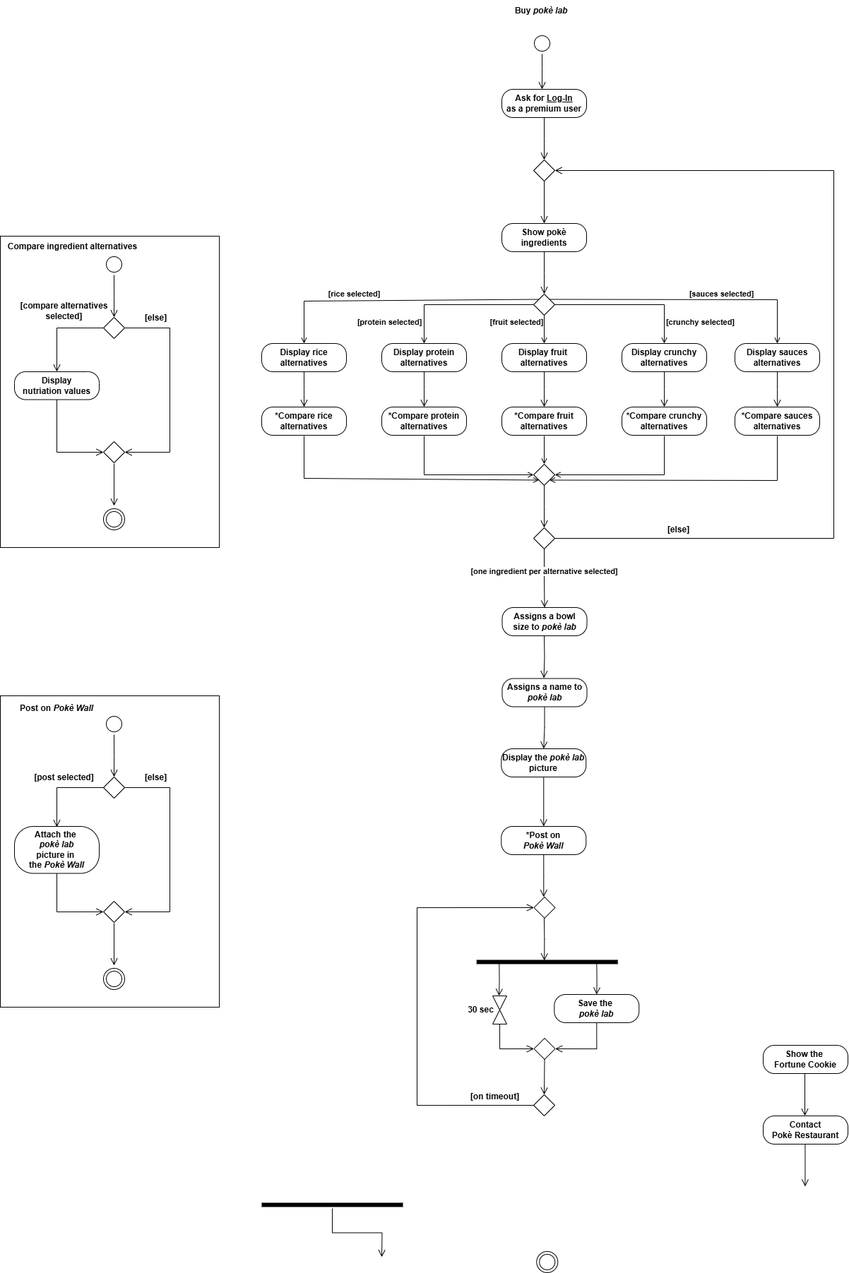
The draw.io diagram diagrams/ActivityDiagram.drawio.png in matteopinfildi/YourPoke-ISPWProject, before a commit. Source tidied: cells renumbered, new cells last; positions are measured from the earlier drawing's top-left corner, leaving out a move shared by most shapes.
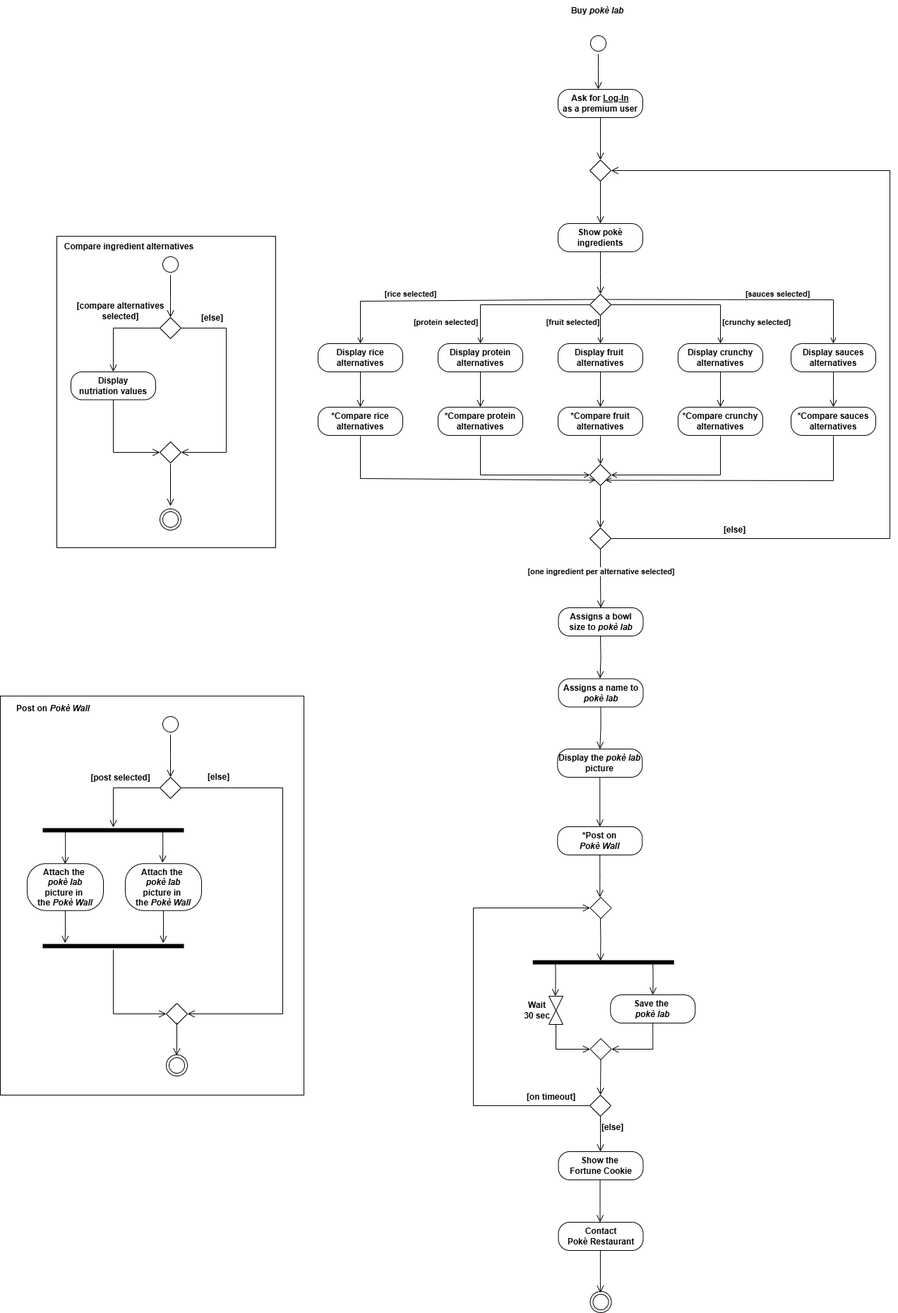
After the change.

The edit, as a diff of the source:
```diff
@@ -219,25 +219,17 @@
         <mxPoint x="844.2" y="1364" as="sourcePoint" />
       </mxGeometry>
     </mxCell>
-    <mxCell id="47" value="&lt;b&gt;30 sec&lt;/b&gt;" style="shape=collate;html=1;spacingLeft=-55;labelBackgroundColor=none;" parent="1" vertex="1">
+    <mxCell id="47" value="&lt;div&gt;&lt;b&gt;Wait&lt;/b&gt;&lt;/div&gt;&lt;b&gt;30 sec&lt;/b&gt;" style="shape=collate;html=1;spacingLeft=-55;labelBackgroundColor=none;" parent="1" vertex="1">
       <mxGeometry x="697" y="1410" width="20" height="40" as="geometry" />
     </mxCell>
     <mxCell id="48" value="&lt;b&gt;Contact&lt;/b&gt;&lt;div&gt;&lt;b&gt;Pokè Restaurant&lt;/b&gt;&lt;/div&gt;" style="rounded=1;whiteSpace=wrap;html=1;arcSize=40;labelBackgroundColor=none;" parent="1" vertex="1">
-      <mxGeometry x="1080" y="1580" width="120" height="40" as="geometry" />
+      <mxGeometry x="710.5" y="1730" width="120" height="40" as="geometry" />
     </mxCell>
-    <mxCell id="49" style="shape=line;html=1;strokeWidth=6;labelBackgroundColor=none;" parent="1" vertex="1">
-      <mxGeometry x="370" y="1701" width="200" height="10" as="geometry" />
-    </mxCell>
-    <mxCell id="50" style="edgeStyle=orthogonalEdgeStyle;html=1;verticalAlign=bottom;endArrow=open;endSize=8;rounded=0;" parent="1" edge="1" source="49">
-      <mxGeometry relative="1" as="geometry">
-        <mxPoint x="540" y="1780" as="targetPoint" />
-      </mxGeometry>
-    </mxCell>
     <mxCell id="51" style="ellipse;html=1;shape=endState;" parent="1" vertex="1">
-      <mxGeometry x="759.2" y="1772" width="30" height="30" as="geometry" />
+      <mxGeometry x="755.5" y="1828" width="30" height="30" as="geometry" />
     </mxCell>
     <mxCell id="52" style="rounded=0;whiteSpace=wrap;html=1;fillColor=none;labelBackgroundColor=none;" parent="1" vertex="1">
-      <mxGeometry y="985" width="310" height="441" as="geometry" />
+      <mxGeometry x="-80" y="985" width="430" height="565" as="geometry" />
     </mxCell>
     <mxCell id="53" style="ellipse;html=1;shape=startState;labelBackgroundColor=none;" parent="1" vertex="1">
       <mxGeometry x="146" y="1010" width="30" height="30" as="geometry" />
@@ -248,15 +240,8 @@
       </mxGeometry>
     </mxCell>
     <mxCell id="55" value="&lt;b&gt;Attach the&amp;nbsp;&lt;/b&gt;&lt;div&gt;&lt;b style=&quot;background-color: transparent; color: light-dark(rgb(0, 0, 0), rgb(255, 255, 255));&quot;&gt;&lt;i&gt;pokè lab&lt;/i&gt;&lt;/b&gt;&lt;/div&gt;&lt;div&gt;&lt;b style=&quot;background-color: transparent; color: light-dark(rgb(0, 0, 0), rgb(255, 255, 255));&quot;&gt;picture in&amp;nbsp;&lt;/b&gt;&lt;/div&gt;&lt;div&gt;&lt;div&gt;&lt;b&gt;the &lt;i&gt;Pokè Wall&lt;/i&gt;&lt;/b&gt;&lt;/div&gt;&lt;/div&gt;" style="rounded=1;whiteSpace=wrap;html=1;arcSize=40;labelBackgroundColor=none;" parent="1" vertex="1">
-      <mxGeometry x="20" y="1170" width="120" height="66.5" as="geometry" />
+      <mxGeometry x="-42" y="1222.2" width="108" height="66.5" as="geometry" />
     </mxCell>
-    <mxCell id="56" style="edgeStyle=orthogonalEdgeStyle;html=1;verticalAlign=bottom;endArrow=open;endSize=8;rounded=0;fontSize=12;curved=0;entryX=0;entryY=0.5;entryDx=0;entryDy=0;labelBackgroundColor=none;fontColor=default;" parent="1" edge="1" source="55" target="60">
-      <mxGeometry relative="1" as="geometry">
-        <Array as="points">
-          <mxPoint x="80" y="1291" />
-        </Array>
-      </mxGeometry>
-    </mxCell>
     <mxCell id="57" value="&lt;b&gt;[post selected]&lt;/b&gt;" style="edgeStyle=none;curved=0;rounded=0;jettySize=auto;html=1;exitX=0;exitY=0.5;exitDx=0;exitDy=0;fontSize=12;startSize=8;endSize=8;labelBackgroundColor=none;fontColor=default;endArrow=open;endFill=0;" parent="1" edge="1" source="59">
       <mxGeometry x="-0.08" y="-14" relative="1" as="geometry">
         <mxPoint x="80" y="1171" as="targetPoint" />
@@ -266,10 +251,11 @@
       </mxGeometry>
     </mxCell>
     <mxCell id="58" value="&lt;b&gt;[else]&lt;/b&gt;" style="edgeStyle=none;curved=0;rounded=0;jettySize=auto;html=1;exitX=1;exitY=0.5;exitDx=0;exitDy=0;fontSize=12;startSize=8;endSize=8;entryX=1;entryY=0.5;entryDx=0;entryDy=0;labelBackgroundColor=none;fontColor=default;endArrow=open;endFill=0;" parent="1" edge="1" source="59" target="60">
-      <mxGeometry x="-0.71" y="14" relative="1" as="geometry">
+      <mxGeometry x="-0.83" y="15" relative="1" as="geometry">
         <Array as="points">
           <mxPoint x="240" y="1115" />
-          <mxPoint x="240" y="1291" />
+          <mxPoint x="320" y="1115" />
+          <mxPoint x="320" y="1435" />
         </Array>
       </mxGeometry>
     </mxCell>
@@ -277,19 +263,13 @@
       <mxGeometry x="146" y="1100" width="30" height="30" as="geometry" />
     </mxCell>
     <mxCell id="60" style="rhombus;whiteSpace=wrap;html=1;labelBackgroundColor=none;" parent="1" vertex="1">
-      <mxGeometry x="146" y="1276" width="30" height="30" as="geometry" />
+      <mxGeometry x="155" y="1420" width="30" height="30" as="geometry" />
     </mxCell>
     <mxCell id="61" style="ellipse;html=1;shape=endState;labelBackgroundColor=none;" parent="1" vertex="1">
-      <mxGeometry x="146" y="1371" width="30" height="30" as="geometry" />
+      <mxGeometry x="155" y="1493" width="30" height="30" as="geometry" />
     </mxCell>
-    <mxCell id="62" style="edgeStyle=orthogonalEdgeStyle;html=1;verticalAlign=bottom;endArrow=open;endSize=8;rounded=0;fontSize=12;curved=1;labelBackgroundColor=none;fontColor=default;" parent="1" edge="1">
-      <mxGeometry relative="1" as="geometry">
-        <mxPoint x="161" y="1307" as="sourcePoint" />
-        <mxPoint x="161" y="1367" as="targetPoint" />
-      </mxGeometry>
-    </mxCell>
     <mxCell id="63" value="&lt;span style=&quot;font-size: 12px;&quot;&gt;&lt;b&gt;Post on &lt;i&gt;Pokè Wall&lt;/i&gt;&lt;/b&gt;&lt;/span&gt;" style="text;strokeColor=none;fillColor=none;html=1;align=center;verticalAlign=middle;whiteSpace=wrap;rounded=0;fontSize=16;labelBackgroundColor=none;" parent="1" vertex="1">
-      <mxGeometry x="5" y="985.5" width="150" height="30" as="geometry" />
+      <mxGeometry x="-80" y="986" width="150" height="30" as="geometry" />
     </mxCell>
     <mxCell id="64" style="edgeStyle=orthogonalEdgeStyle;html=1;verticalAlign=bottom;endArrow=open;endSize=8;rounded=0;exitX=0.5;exitY=1;exitDx=0;exitDy=0;" parent="1" edge="1" source="19">
       <mxGeometry relative="1" as="geometry">
@@ -391,18 +371,18 @@
       <mxGeometry x="784.2" y="1408" width="120" height="40" as="geometry" />
     </mxCell>
     <mxCell id="87" value="&lt;div&gt;&lt;b&gt;Show the&amp;nbsp;&lt;/b&gt;&lt;/div&gt;&lt;div&gt;&lt;b&gt;Fortune Cookie&lt;/b&gt;&lt;/div&gt;" style="rounded=1;whiteSpace=wrap;html=1;arcSize=40;labelBackgroundColor=none;" parent="1" vertex="1">
-      <mxGeometry x="1080" y="1480" width="120" height="40" as="geometry" />
+      <mxGeometry x="710.5" y="1630" width="120" height="40" as="geometry" />
     </mxCell>
     <mxCell id="88" style="edgeStyle=orthogonalEdgeStyle;html=1;verticalAlign=bottom;endArrow=open;endSize=8;rounded=0;fontSize=12;curved=1;labelBackgroundColor=none;fontColor=default;" parent="1" edge="1">
       <mxGeometry relative="1" as="geometry">
-        <mxPoint x="1139" y="1520" as="sourcePoint" />
-        <mxPoint x="1139" y="1580" as="targetPoint" />
+        <mxPoint x="769.5" y="1670" as="sourcePoint" />
+        <mxPoint x="769.5" y="1730" as="targetPoint" />
       </mxGeometry>
     </mxCell>
     <mxCell id="89" style="edgeStyle=orthogonalEdgeStyle;html=1;verticalAlign=bottom;endArrow=open;endSize=8;rounded=0;exitX=0.5;exitY=1;exitDx=0;exitDy=0;" parent="1" edge="1">
       <mxGeometry relative="1" as="geometry">
-        <mxPoint x="1139.4" y="1620" as="sourcePoint" />
-        <mxPoint x="1139.4" y="1680" as="targetPoint" />
+        <mxPoint x="769.9" y="1770" as="sourcePoint" />
+        <mxPoint x="769.9" y="1830" as="targetPoint" />
       </mxGeometry>
     </mxCell>
     <mxCell id="90" value="&lt;div&gt;&lt;b&gt;Assigns a bowl&lt;/b&gt;&lt;/div&gt;&lt;div&gt;&lt;b&gt;size to&amp;nbsp;&lt;/b&gt;&lt;b style=&quot;background-color: transparent; color: light-dark(rgb(0, 0, 0), rgb(255, 255, 255));&quot;&gt;&lt;i&gt;pokè lab&lt;/i&gt;&lt;/b&gt;&lt;/div&gt;" style="rounded=1;whiteSpace=wrap;html=1;arcSize=40;" parent="1" vertex="1">
@@ -451,5 +431,55 @@
     <mxCell id="100" value="&lt;b&gt;[on timeout]&lt;/b&gt;" style="text;html=1;align=center;verticalAlign=middle;strokeColor=none;fillColor=none;" parent="1" vertex="1">
       <mxGeometry x="655" y="1538" width="90" height="30" as="geometry" />
     </mxCell>
+    <mxCell id="101" style="edgeStyle=orthogonalEdgeStyle;html=1;verticalAlign=bottom;endArrow=open;endSize=8;rounded=0;exitX=0.5;exitY=1;exitDx=0;exitDy=0;" parent="1" edge="1" source="98">
+      <mxGeometry relative="1" as="geometry">
+        <mxPoint x="770" y="1630" as="targetPoint" />
+      </mxGeometry>
+    </mxCell>
+    <mxCell id="102" value="&lt;b&gt;[else]&lt;/b&gt;" style="text;html=1;align=center;verticalAlign=middle;strokeColor=none;fillColor=none;" parent="1" vertex="1">
+      <mxGeometry x="762" y="1581" width="50" height="30" as="geometry" />
+    </mxCell>
+    <mxCell id="103" style="shape=line;html=1;strokeWidth=6;labelBackgroundColor=none;" parent="1" vertex="1">
+      <mxGeometry x="-20" y="1170" width="200" height="10" as="geometry" />
+    </mxCell>
+    <mxCell id="104" style="edgeStyle=orthogonalEdgeStyle;html=1;verticalAlign=bottom;endArrow=open;endSize=8;rounded=0;fontSize=12;curved=1;labelBackgroundColor=none;fontColor=default;" parent="1" edge="1">
+      <mxGeometry relative="1" as="geometry">
+        <mxPoint x="12" y="1177" as="sourcePoint" />
+        <mxPoint x="11.8" y="1223" as="targetPoint" />
+      </mxGeometry>
+    </mxCell>
+    <mxCell id="105" style="edgeStyle=orthogonalEdgeStyle;html=1;verticalAlign=bottom;endArrow=open;endSize=8;rounded=0;fontSize=12;curved=1;labelBackgroundColor=none;fontColor=default;entryX=0.5;entryY=0;entryDx=0;entryDy=0;" parent="1" edge="1">
+      <mxGeometry relative="1" as="geometry">
+        <mxPoint x="150" y="1177" as="sourcePoint" />
+        <mxPoint x="149.8" y="1221" as="targetPoint" />
+      </mxGeometry>
+    </mxCell>
+    <mxCell id="106" value="&lt;b&gt;Attach the&amp;nbsp;&lt;/b&gt;&lt;div&gt;&lt;b style=&quot;background-color: transparent; color: light-dark(rgb(0, 0, 0), rgb(255, 255, 255));&quot;&gt;&lt;i&gt;pokè lab&lt;/i&gt;&lt;/b&gt;&lt;/div&gt;&lt;div&gt;&lt;b style=&quot;background-color: transparent; color: light-dark(rgb(0, 0, 0), rgb(255, 255, 255));&quot;&gt;picture in&amp;nbsp;&lt;/b&gt;&lt;/div&gt;&lt;div&gt;&lt;div&gt;&lt;b&gt;the &lt;i&gt;Pokè Wall&lt;/i&gt;&lt;/b&gt;&lt;/div&gt;&lt;/div&gt;" style="rounded=1;whiteSpace=wrap;html=1;arcSize=40;labelBackgroundColor=none;" parent="1" vertex="1">
+      <mxGeometry x="97" y="1222.2" width="108" height="66.5" as="geometry" />
+    </mxCell>
+    <mxCell id="107" style="shape=line;html=1;strokeWidth=6;labelBackgroundColor=none;" parent="1" vertex="1">
+      <mxGeometry x="-20" y="1334" width="200" height="10" as="geometry" />
+    </mxCell>
+    <mxCell id="108" style="edgeStyle=orthogonalEdgeStyle;html=1;verticalAlign=bottom;endArrow=open;endSize=8;rounded=0;entryX=0;entryY=0.5;entryDx=0;entryDy=0;" parent="1" edge="1" source="107" target="60">
+      <mxGeometry relative="1" as="geometry" />
+    </mxCell>
+    <mxCell id="109" style="edgeStyle=orthogonalEdgeStyle;html=1;verticalAlign=bottom;endArrow=open;endSize=8;rounded=0;fontSize=12;curved=1;labelBackgroundColor=none;fontColor=default;" parent="1" edge="1">
+      <mxGeometry relative="1" as="geometry">
+        <mxPoint x="11.8" y="1288.8" as="sourcePoint" />
+        <mxPoint x="11.6" y="1334.8" as="targetPoint" />
+      </mxGeometry>
+    </mxCell>
+    <mxCell id="110" style="edgeStyle=orthogonalEdgeStyle;html=1;verticalAlign=bottom;endArrow=open;endSize=8;rounded=0;fontSize=12;curved=1;labelBackgroundColor=none;fontColor=default;" parent="1" edge="1">
+      <mxGeometry relative="1" as="geometry">
+        <mxPoint x="150.8" y="1288.8" as="sourcePoint" />
+        <mxPoint x="150.6" y="1334.8" as="targetPoint" />
+      </mxGeometry>
+    </mxCell>
+    <mxCell id="111" style="edgeStyle=orthogonalEdgeStyle;html=1;verticalAlign=bottom;endArrow=open;endSize=8;rounded=0;fontSize=12;curved=1;labelBackgroundColor=none;fontColor=default;" parent="1" edge="1">
+      <mxGeometry relative="1" as="geometry">
+        <mxPoint x="169.8" y="1448" as="sourcePoint" />
+        <mxPoint x="169.6" y="1494" as="targetPoint" />
+      </mxGeometry>
+    </mxCell>
   </root>
 </mxGraphModel>
```
